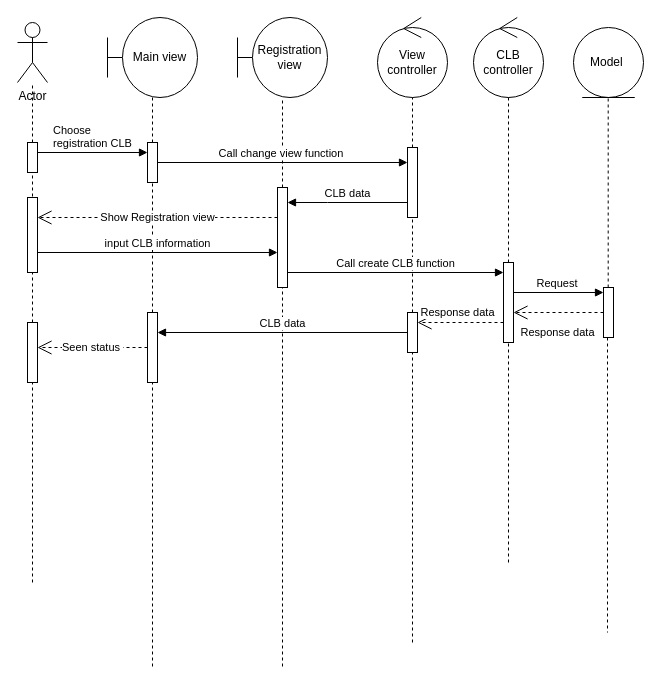
Earlier version of the draw.io diagram page "CLB registration/ dissolution" (7 of 13) of diagram.drawio (ZanhhTrann/finall_project-). Source tidied: cells renumbered, new cells numbered last; positions are measured from the earlier drawing's top-left corner, leaving out a move shared by most shapes. Both pictures are drawn from the tidied source at 100%, with x=0, y=0 at pixel (17, 17).
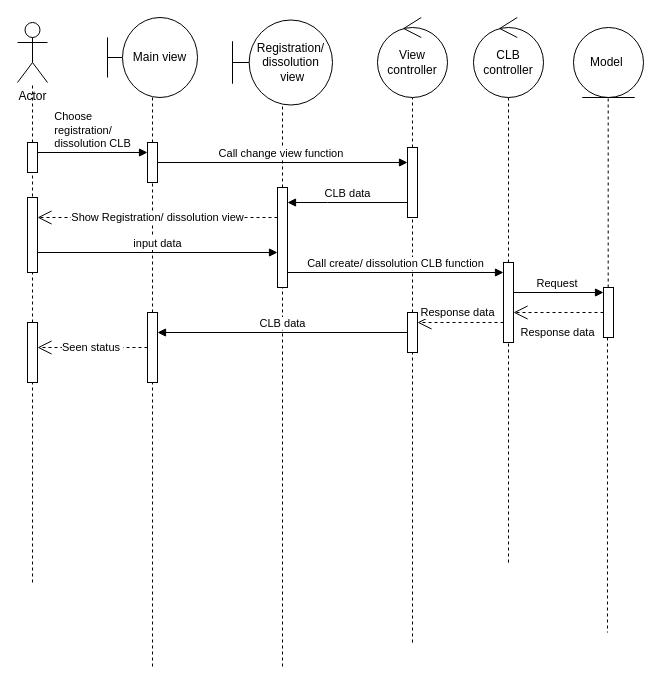
Above is the later version.

Unchanged cells that the change refers to:
```xml
<mxCell id="16" style="html=1;points=[[0,0,0,0,5],[0,1,0,0,-5],[1,0,0,0,5],[1,1,0,0,-5]];perimeter=orthogonalPerimeter;outlineConnect=0;targetShapes=umlLifeline;portConstraint=eastwest;newEdgeStyle={&quot;curved&quot;:0,&quot;rounded&quot;:0};" parent="1" vertex="1">
  <mxGeometry x="260" y="170" width="10" height="100" as="geometry" />
</mxCell>
```

Diff of the diagram source:
```diff
@@
-    <mxCell id="3" value="Registration view" style="shape=umlBoundary;whiteSpace=wrap;html=1;" parent="1" vertex="1">
-      <mxGeometry x="220" width="90" height="80" as="geometry" />
+    <mxCell id="3" value="Registration/&lt;div&gt;dissolution&lt;/div&gt;&lt;div&gt;&amp;nbsp;view&lt;/div&gt;" style="shape=umlBoundary;whiteSpace=wrap;html=1;" parent="1" vertex="1">
+      <mxGeometry x="215" y="2.5" width="100" height="85" as="geometry" />
     </mxCell>
@@
-    <mxCell id="19" value="&lt;div style=&quot;text-align: left;&quot;&gt;Choose&amp;nbsp;&lt;/div&gt;&lt;div style=&quot;text-align: left;&quot;&gt;registration CLB&lt;/div&gt;" style="html=1;verticalAlign=bottom;endArrow=block;curved=0;rounded=0;" parent="1" edge="1">
+    <mxCell id="19" value="&lt;div style=&quot;text-align: left;&quot;&gt;Choose&amp;nbsp;&lt;/div&gt;&lt;div style=&quot;text-align: left;&quot;&gt;registration/&lt;/div&gt;&lt;div style=&quot;text-align: left;&quot;&gt;dissolution CLB&lt;/div&gt;" style="html=1;verticalAlign=bottom;endArrow=block;curved=0;rounded=0;" parent="1" edge="1">
       <mxGeometry relative="1" as="geometry">
         <mxPoint x="20" y="135" as="sourcePoint" />
         <mxPoint x="130" y="135" as="targetPoint" />
       </mxGeometry>
     </mxCell>
@@
-    <mxCell id="25" value="&lt;div style=&quot;text-align: left;&quot;&gt;input CLB information&lt;/div&gt;" style="html=1;verticalAlign=bottom;endArrow=block;curved=0;rounded=0;" parent="1" edge="1">
+    <mxCell id="25" value="&lt;div style=&quot;text-align: left;&quot;&gt;input data&lt;/div&gt;" style="html=1;verticalAlign=bottom;endArrow=block;curved=0;rounded=0;" parent="1" edge="1">
       <mxGeometry relative="1" as="geometry">
         <mxPoint x="20" y="235" as="sourcePoint" />
         <mxPoint x="260" y="235" as="targetPoint" />
       </mxGeometry>
     </mxCell>
@@
-    <mxCell id="33" value="Show Registration view" style="endArrow=open;endSize=12;dashed=1;html=1;rounded=0;" parent="1" edge="1">
+    <mxCell id="33" value="Show Registration/&amp;nbsp;dissolution view" style="endArrow=open;endSize=12;dashed=1;html=1;rounded=0;" parent="1" edge="1">
       <mxGeometry relative="1" as="geometry">
         <mxPoint x="260" y="200" as="sourcePoint" />
         <mxPoint x="20" y="200" as="targetPoint" />
       </mxGeometry>
     </mxCell>
@@
-    <mxCell id="35" value="&lt;div style=&quot;text-align: left;&quot;&gt;Call create CLB function&lt;/div&gt;" style="html=1;verticalAlign=bottom;endArrow=block;curved=0;rounded=0;" parent="1" edge="1" source="16">
+    <mxCell id="35" value="&lt;div style=&quot;text-align: left;&quot;&gt;Call create/&amp;nbsp;dissolution CLB function&lt;/div&gt;" style="html=1;verticalAlign=bottom;endArrow=block;curved=0;rounded=0;" parent="1" edge="1" source="16">
       <mxGeometry relative="1" as="geometry">
         <mxPoint x="486" y="255" as="targetPoint" />
       </mxGeometry>
     </mxCell>
```
